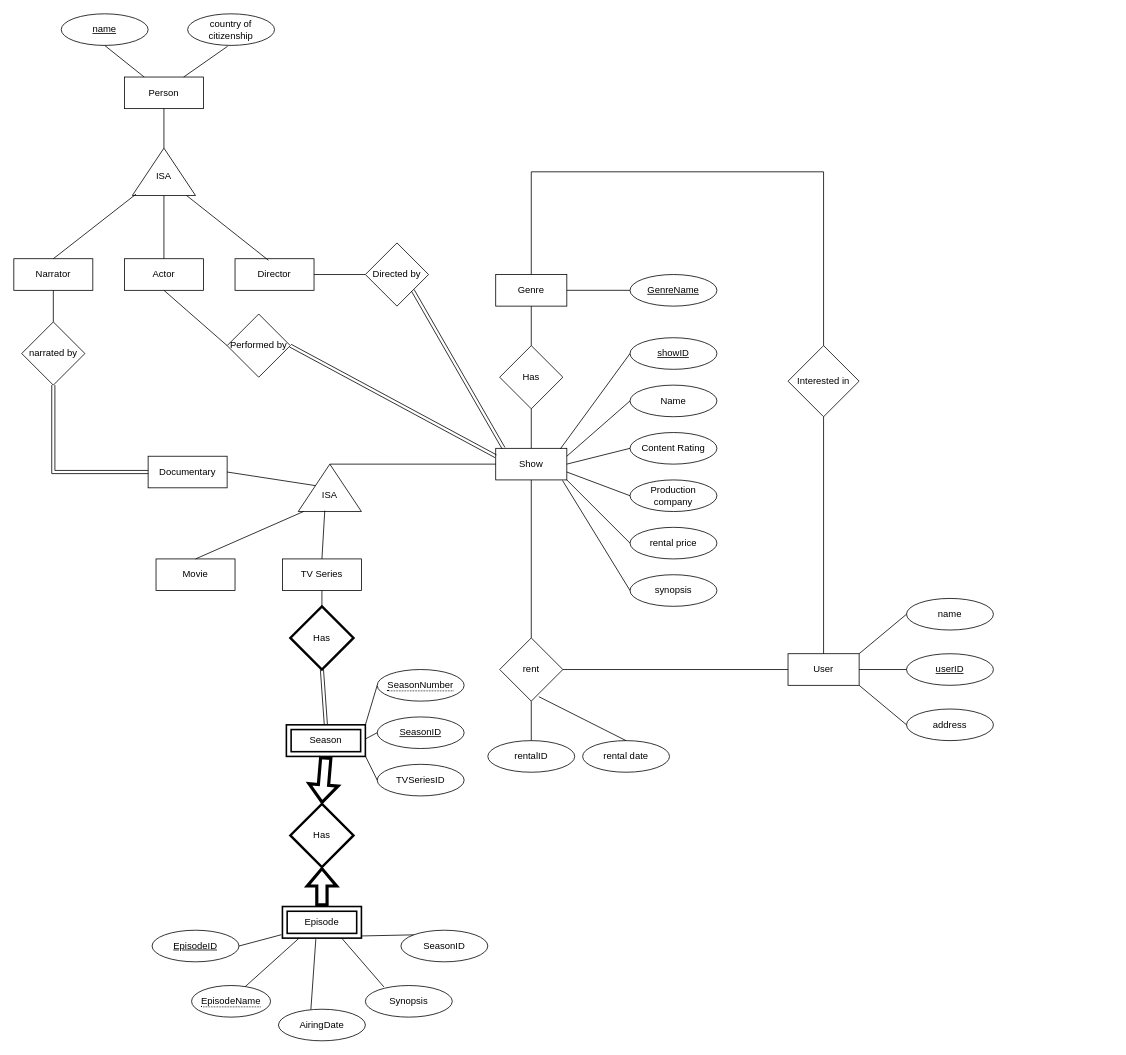
Earlier version of the draw.io diagram Q1.drawio (JeremyCrete/363A1). Source tidied: cells renumbered, new cells numbered last; positions are measured from the earlier drawing's top-left corner, leaving out a move shared by most shapes. Both pictures are drawn from the tidied source at 79%, with x=0, y=0 at pixel (13, 13).
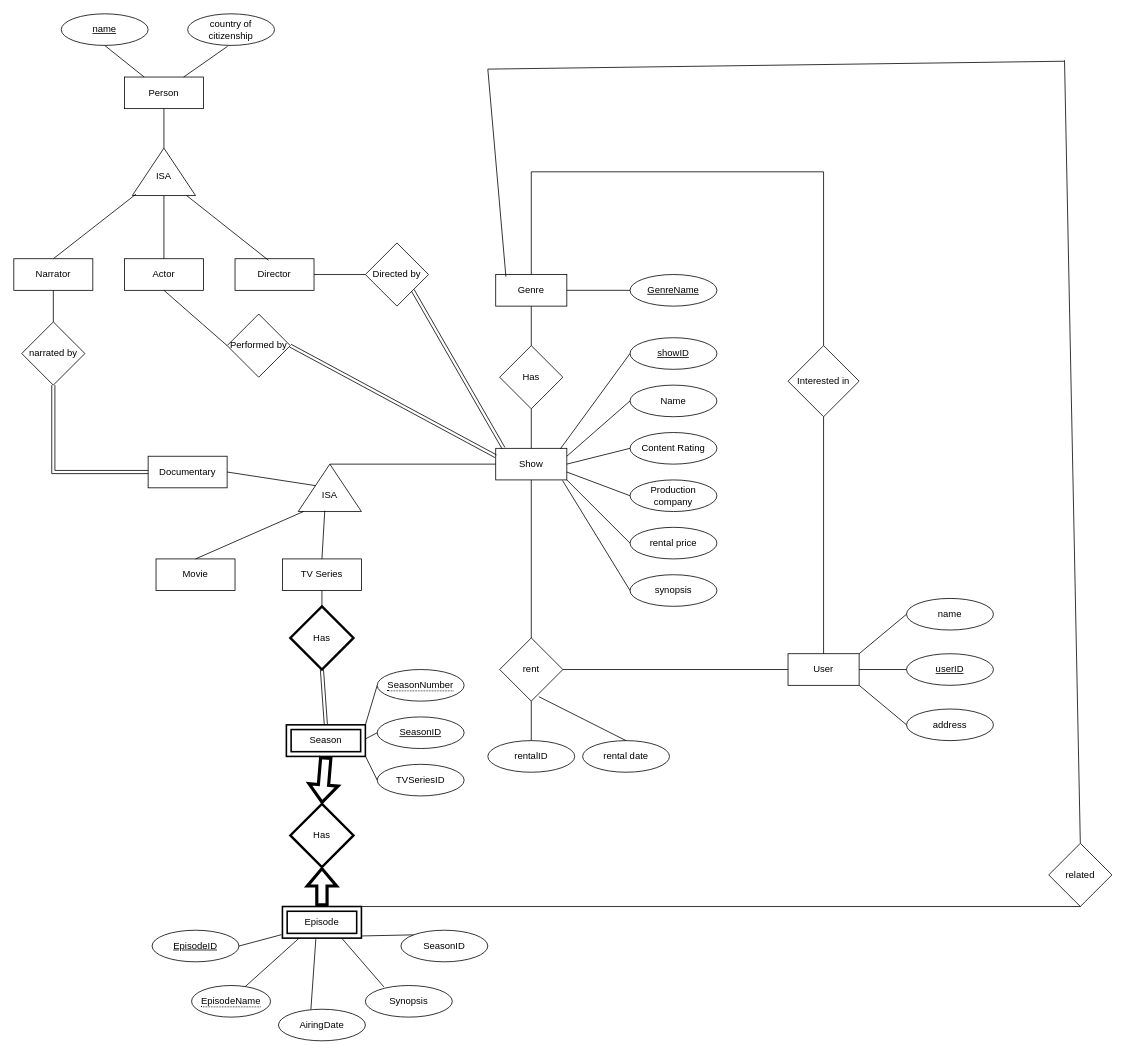
The same diagram, later.

Unchanged cells that the change refers to:
```xml
<mxCell id="23" value="Genre" style="html=1;whiteSpace=wrap;" parent="1" vertex="1">
  <mxGeometry x="610" y="330" width="90" height="40" as="geometry" />
</mxCell>
<mxCell id="66" value="Episode" style="shape=ext;margin=3;double=1;whiteSpace=wrap;html=1;align=center;strokeWidth=2;" parent="1" vertex="1">
  <mxGeometry x="340" y="1130" width="100" height="40" as="geometry" />
</mxCell>
```

Change to the diagram source:
```diff
@@
+    <mxCell id="97" value="related" style="rhombus;whiteSpace=wrap;html=1;" parent="1" vertex="1">
+      <mxGeometry x="1310" y="1050" width="80" height="80" as="geometry" />
+    </mxCell>
+    <mxCell id="98" style="endArrow=none;html=1;rounded=0;exitX=1;exitY=0;exitDx=0;exitDy=0;entryX=0.5;entryY=1;entryDx=0;entryDy=0;" parent="1" edge="1" source="66" target="97">
+      <mxGeometry relative="1" as="geometry" />
+    </mxCell>
+    <mxCell id="99" style="endArrow=none;html=1;rounded=0;exitX=0.5;exitY=0;exitDx=0;exitDy=0;" parent="1" edge="1" source="97">
+      <mxGeometry relative="1" as="geometry">
+        <mxPoint x="1330" y="58.8" as="targetPoint" />
+      </mxGeometry>
+    </mxCell>
+    <mxCell id="100" style="endArrow=none;html=1;rounded=0;" parent="1" edge="1">
+      <mxGeometry relative="1" as="geometry">
+        <mxPoint x="600" y="70" as="sourcePoint" />
+        <mxPoint x="1330" y="60" as="targetPoint" />
+      </mxGeometry>
+    </mxCell>
+    <mxCell id="101" style="endArrow=none;html=1;rounded=0;exitX=0.143;exitY=0.068;exitDx=0;exitDy=0;exitPerimeter=0;" parent="1" edge="1" source="23">
+      <mxGeometry relative="1" as="geometry">
+        <mxPoint x="600" y="70" as="targetPoint" />
+      </mxGeometry>
+    </mxCell>
```
